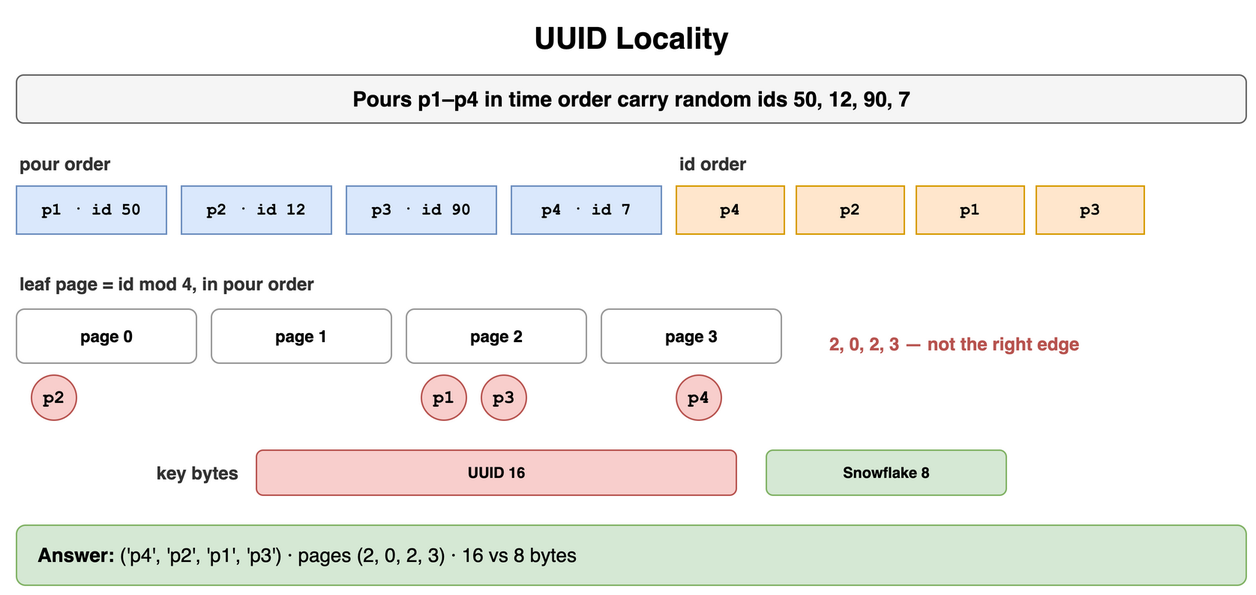
amendez13/swe-study-guide keeps this draw.io diagram as content/09_System_Design_Interview/19_Unique_ID_Generation/diagrams/unique-id-drills-2-uuid-locality.png. Above is the earlier version. Source tidied: cells renumbered, new cells last; positions are measured from the earlier drawing's top-left corner, leaving out a move shared by most shapes.
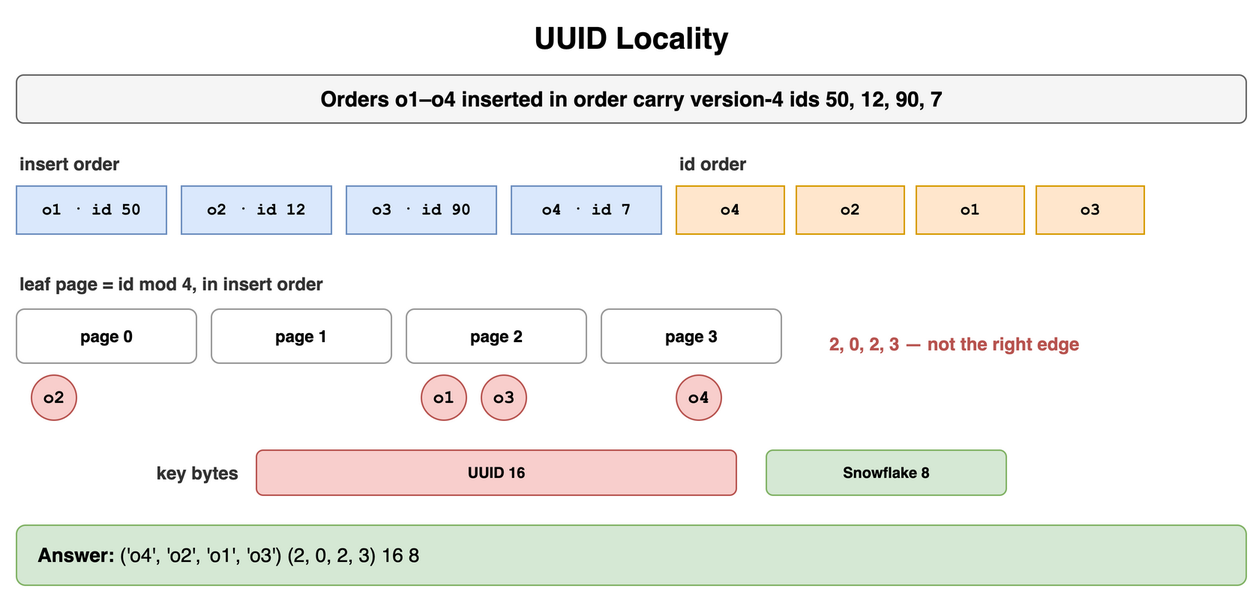
The same diagram one commit later.

Diff of the diagram source:
```diff
@@ -5,40 +5,40 @@
     <mxCell id="2" value="UUID Locality" style="text;html=1;align=center;verticalAlign=middle;whiteSpace=wrap;fontSize=20;fontStyle=1;" parent="1" vertex="1">
       <mxGeometry width="820" height="30" as="geometry" />
     </mxCell>
-    <mxCell id="3" value="Pours p1–p4 in time order carry random ids 50, 12, 90, 7" style="rounded=1;whiteSpace=wrap;html=1;fillColor=#f5f5f5;strokeColor=#666666;fontStyle=1;fontSize=14;" parent="1" vertex="1">
+    <mxCell id="3" value="Orders o1–o4 inserted in order carry version-4 ids 50, 12, 90, 7" style="rounded=1;whiteSpace=wrap;html=1;fillColor=#f5f5f5;strokeColor=#666666;fontStyle=1;fontSize=14;" parent="1" vertex="1">
       <mxGeometry y="40" width="820" height="32" as="geometry" />
     </mxCell>
-    <mxCell id="4" value="pour order" style="text;html=1;whiteSpace=wrap;fontSize=11;align=left;verticalAlign=middle;fontSize=12;fontColor=#333333;fontStyle=1;" parent="1" vertex="1">
+    <mxCell id="4" value="insert order" style="text;html=1;whiteSpace=wrap;fontSize=11;align=left;verticalAlign=middle;fontSize=12;fontColor=#333333;fontStyle=1;" parent="1" vertex="1">
       <mxGeometry y="90" width="300" height="18" as="geometry" />
     </mxCell>
-    <mxCell id="5" value="p1 · id 50" style="rounded=0;whiteSpace=wrap;html=1;fontFamily=Courier New;fontStyle=1;fontSize=13;fillColor=#dae8fc;strokeColor=#6c8ebf;fontSize=11;" parent="1" vertex="1">
+    <mxCell id="5" value="o1 · id 50" style="rounded=0;whiteSpace=wrap;html=1;fontFamily=Courier New;fontStyle=1;fontSize=13;fillColor=#dae8fc;strokeColor=#6c8ebf;fontSize=11;" parent="1" vertex="1">
       <mxGeometry y="114" width="100" height="32" as="geometry" />
     </mxCell>
-    <mxCell id="6" value="p2 · id 12" style="rounded=0;whiteSpace=wrap;html=1;fontFamily=Courier New;fontStyle=1;fontSize=13;fillColor=#dae8fc;strokeColor=#6c8ebf;fontSize=11;" parent="1" vertex="1">
+    <mxCell id="6" value="o2 · id 12" style="rounded=0;whiteSpace=wrap;html=1;fontFamily=Courier New;fontStyle=1;fontSize=13;fillColor=#dae8fc;strokeColor=#6c8ebf;fontSize=11;" parent="1" vertex="1">
       <mxGeometry x="110" y="114" width="100" height="32" as="geometry" />
     </mxCell>
-    <mxCell id="7" value="p3 · id 90" style="rounded=0;whiteSpace=wrap;html=1;fontFamily=Courier New;fontStyle=1;fontSize=13;fillColor=#dae8fc;strokeColor=#6c8ebf;fontSize=11;" parent="1" vertex="1">
+    <mxCell id="7" value="o3 · id 90" style="rounded=0;whiteSpace=wrap;html=1;fontFamily=Courier New;fontStyle=1;fontSize=13;fillColor=#dae8fc;strokeColor=#6c8ebf;fontSize=11;" parent="1" vertex="1">
       <mxGeometry x="220" y="114" width="100" height="32" as="geometry" />
     </mxCell>
-    <mxCell id="8" value="p4 · id 7" style="rounded=0;whiteSpace=wrap;html=1;fontFamily=Courier New;fontStyle=1;fontSize=13;fillColor=#dae8fc;strokeColor=#6c8ebf;fontSize=11;" parent="1" vertex="1">
+    <mxCell id="8" value="o4 · id 7" style="rounded=0;whiteSpace=wrap;html=1;fontFamily=Courier New;fontStyle=1;fontSize=13;fillColor=#dae8fc;strokeColor=#6c8ebf;fontSize=11;" parent="1" vertex="1">
       <mxGeometry x="330" y="114" width="100" height="32" as="geometry" />
     </mxCell>
     <mxCell id="9" value="id order" style="text;html=1;whiteSpace=wrap;fontSize=11;align=left;verticalAlign=middle;fontSize=12;fontColor=#333333;fontStyle=1;" parent="1" vertex="1">
       <mxGeometry x="440" y="90" width="300" height="18" as="geometry" />
     </mxCell>
-    <mxCell id="10" value="p4" style="rounded=0;whiteSpace=wrap;html=1;fontFamily=Courier New;fontStyle=1;fontSize=13;fillColor=#ffe6cc;strokeColor=#d79b00;fontSize=11;" parent="1" vertex="1">
+    <mxCell id="10" value="o4" style="rounded=0;whiteSpace=wrap;html=1;fontFamily=Courier New;fontStyle=1;fontSize=13;fillColor=#ffe6cc;strokeColor=#d79b00;fontSize=11;" parent="1" vertex="1">
       <mxGeometry x="440" y="114" width="72" height="32" as="geometry" />
     </mxCell>
-    <mxCell id="11" value="p2" style="rounded=0;whiteSpace=wrap;html=1;fontFamily=Courier New;fontStyle=1;fontSize=13;fillColor=#ffe6cc;strokeColor=#d79b00;fontSize=11;" parent="1" vertex="1">
+    <mxCell id="11" value="o2" style="rounded=0;whiteSpace=wrap;html=1;fontFamily=Courier New;fontStyle=1;fontSize=13;fillColor=#ffe6cc;strokeColor=#d79b00;fontSize=11;" parent="1" vertex="1">
       <mxGeometry x="520" y="114" width="72" height="32" as="geometry" />
     </mxCell>
-    <mxCell id="12" value="p1" style="rounded=0;whiteSpace=wrap;html=1;fontFamily=Courier New;fontStyle=1;fontSize=13;fillColor=#ffe6cc;strokeColor=#d79b00;fontSize=11;" parent="1" vertex="1">
+    <mxCell id="12" value="o1" style="rounded=0;whiteSpace=wrap;html=1;fontFamily=Courier New;fontStyle=1;fontSize=13;fillColor=#ffe6cc;strokeColor=#d79b00;fontSize=11;" parent="1" vertex="1">
       <mxGeometry x="600" y="114" width="72" height="32" as="geometry" />
     </mxCell>
-    <mxCell id="13" value="p3" style="rounded=0;whiteSpace=wrap;html=1;fontFamily=Courier New;fontStyle=1;fontSize=13;fillColor=#ffe6cc;strokeColor=#d79b00;fontSize=11;" parent="1" vertex="1">
+    <mxCell id="13" value="o3" style="rounded=0;whiteSpace=wrap;html=1;fontFamily=Courier New;fontStyle=1;fontSize=13;fillColor=#ffe6cc;strokeColor=#d79b00;fontSize=11;" parent="1" vertex="1">
       <mxGeometry x="680" y="114" width="72" height="32" as="geometry" />
     </mxCell>
-    <mxCell id="14" value="leaf page = id mod 4, in pour order" style="text;html=1;whiteSpace=wrap;fontSize=11;align=left;verticalAlign=middle;fontSize=12;fontColor=#333333;fontStyle=1;" parent="1" vertex="1">
+    <mxCell id="14" value="leaf page = id mod 4, in insert order" style="text;html=1;whiteSpace=wrap;fontSize=11;align=left;verticalAlign=middle;fontSize=12;fontColor=#333333;fontStyle=1;" parent="1" vertex="1">
       <mxGeometry y="170" width="400" height="18" as="geometry" />
     </mxCell>
     <mxCell id="15" value="page 0" style="rounded=1;whiteSpace=wrap;html=1;fillColor=#ffffff;strokeColor=#999999;fontSize=11;align=center;fontStyle=1;" parent="1" vertex="1">
@@ -53,16 +53,16 @@
     <mxCell id="18" value="page 3" style="rounded=1;whiteSpace=wrap;html=1;fillColor=#ffffff;strokeColor=#999999;fontSize=11;align=center;fontStyle=1;" parent="1" vertex="1">
       <mxGeometry x="390" y="196" width="120" height="36" as="geometry" />
     </mxCell>
-    <mxCell id="19" value="p1" style="ellipse;whiteSpace=wrap;html=1;fontStyle=1;fontSize=12;fontFamily=Courier New;fillColor=#f8cecc;strokeColor=#b85450;" parent="1" vertex="1">
+    <mxCell id="19" value="o1" style="ellipse;whiteSpace=wrap;html=1;fontStyle=1;fontSize=12;fontFamily=Courier New;fillColor=#f8cecc;strokeColor=#b85450;" parent="1" vertex="1">
       <mxGeometry x="270" y="240" width="30" height="30" as="geometry" />
     </mxCell>
-    <mxCell id="20" value="p2" style="ellipse;whiteSpace=wrap;html=1;fontStyle=1;fontSize=12;fontFamily=Courier New;fillColor=#f8cecc;strokeColor=#b85450;" parent="1" vertex="1">
+    <mxCell id="20" value="o2" style="ellipse;whiteSpace=wrap;html=1;fontStyle=1;fontSize=12;fontFamily=Courier New;fillColor=#f8cecc;strokeColor=#b85450;" parent="1" vertex="1">
       <mxGeometry x="10" y="240" width="30" height="30" as="geometry" />
     </mxCell>
-    <mxCell id="21" value="p3" style="ellipse;whiteSpace=wrap;html=1;fontStyle=1;fontSize=12;fontFamily=Courier New;fillColor=#f8cecc;strokeColor=#b85450;" parent="1" vertex="1">
+    <mxCell id="21" value="o3" style="ellipse;whiteSpace=wrap;html=1;fontStyle=1;fontSize=12;fontFamily=Courier New;fillColor=#f8cecc;strokeColor=#b85450;" parent="1" vertex="1">
       <mxGeometry x="310" y="240" width="30" height="30" as="geometry" />
     </mxCell>
-    <mxCell id="22" value="p4" style="ellipse;whiteSpace=wrap;html=1;fontStyle=1;fontSize=12;fontFamily=Courier New;fillColor=#f8cecc;strokeColor=#b85450;" parent="1" vertex="1">
+    <mxCell id="22" value="o4" style="ellipse;whiteSpace=wrap;html=1;fontStyle=1;fontSize=12;fontFamily=Courier New;fillColor=#f8cecc;strokeColor=#b85450;" parent="1" vertex="1">
       <mxGeometry x="440" y="240" width="30" height="30" as="geometry" />
     </mxCell>
     <mxCell id="23" value="2, 0, 2, 3 — not the right edge" style="text;html=1;whiteSpace=wrap;fontSize=11;align=left;verticalAlign=middle;fontSize=12;fontColor=#b85450;fontStyle=1;" parent="1" vertex="1">
@@ -77,7 +77,7 @@
     <mxCell id="26" value="Snowflake 8" style="rounded=1;whiteSpace=wrap;html=1;fillColor=#d5e8d4;strokeColor=#82b366;fontSize=10;align=center;fontStyle=1;" parent="1" vertex="1">
       <mxGeometry x="500" y="290" width="160" height="30" as="geometry" />
     </mxCell>
-    <mxCell id="27" value="&lt;b&gt;Answer:&lt;/b&gt; ('p4', 'p2', 'p1', 'p3') · pages (2, 0, 2, 3) · 16 vs 8 bytes" style="rounded=1;whiteSpace=wrap;html=1;fillColor=#d5e8d4;strokeColor=#82b366;fontSize=13;align=left;spacingLeft=12;" parent="1" vertex="1">
+    <mxCell id="27" value="&lt;b&gt;Answer:&lt;/b&gt; ('o4', 'o2', 'o1', 'o3') (2, 0, 2, 3) 16 8" style="rounded=1;whiteSpace=wrap;html=1;fillColor=#d5e8d4;strokeColor=#82b366;fontSize=13;align=left;spacingLeft=12;" parent="1" vertex="1">
       <mxGeometry y="340" width="820" height="40" as="geometry" />
     </mxCell>
   </root>
```
